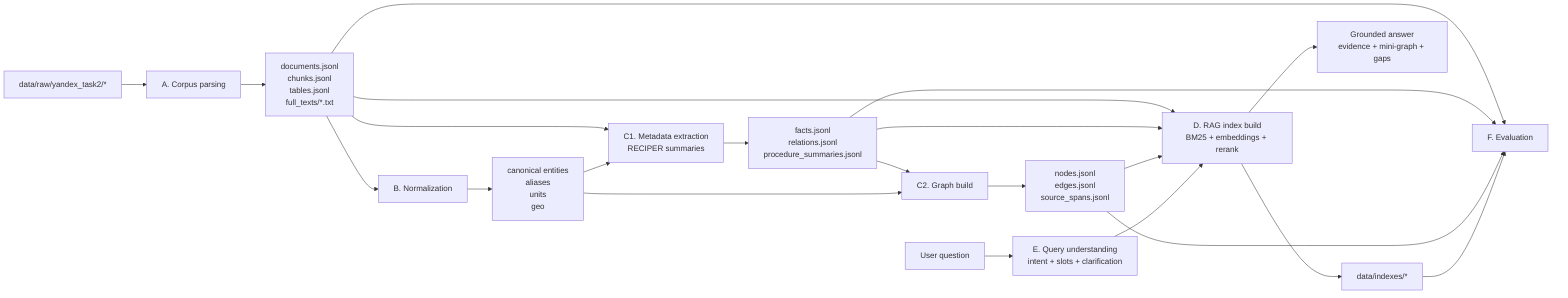
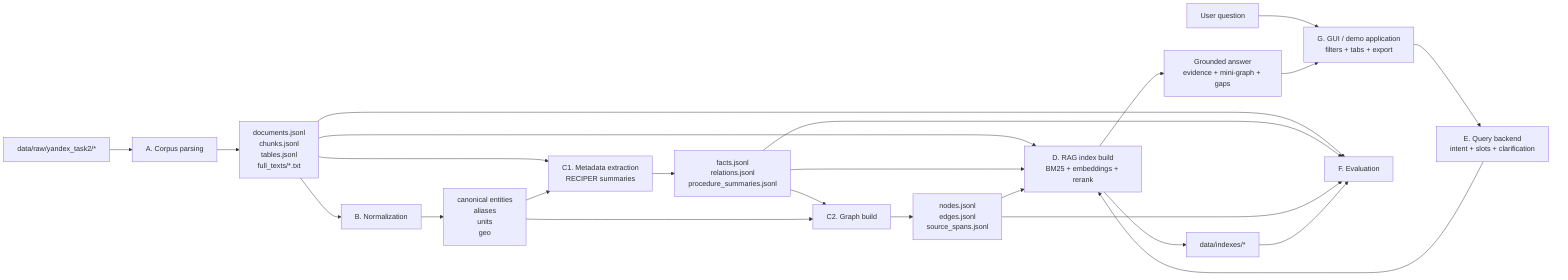
flowchart LR
    RAW["data/raw/yandex_task2/*"] --> PARSE["A. Corpus parsing"]
    PARSE --> PARSED["documents.jsonl<br/>chunks.jsonl<br/>tables.jsonl<br/>full_texts/*.txt"]

    PARSED --> NORM["B. Normalization"]
    NORM --> CANON["canonical entities<br/>aliases<br/>units<br/>geo"]

    PARSED --> EXTRACT["C1. Metadata extraction<br/>RECIPER summaries"]
    CANON --> EXTRACT
    EXTRACT --> FACTS["facts.jsonl<br/>relations.jsonl<br/>procedure_summaries.jsonl"]

    FACTS --> GRAPH["C2. Graph build"]
    CANON --> GRAPH
    GRAPH --> GRAPH_DATA["nodes.jsonl<br/>edges.jsonl<br/>source_spans.jsonl"]

    PARSED --> RAG["D. RAG index build<br/>BM25 + embeddings + rerank"]
    FACTS --> RAG
    GRAPH_DATA --> RAG
    RAG --> IDX["data/indexes/*"]

-     USER["User question"] --> QUERY["E. Query understanding<br/>intent + slots + clarification"]
+     USER["User question"] --> GUI["G. GUI / demo application<br/>filters + tabs + export"]
+     GUI --> QUERY["E. Query backend<br/>intent + slots + clarification"]
    QUERY --> RAG
    RAG --> ANSWER["Grounded answer<br/>evidence + mini-graph + gaps"]
+     ANSWER --> GUI

    PARSED --> EVAL["F. Evaluation"]
    FACTS --> EVAL
    GRAPH_DATA --> EVAL
    IDX --> EVAL
- 
